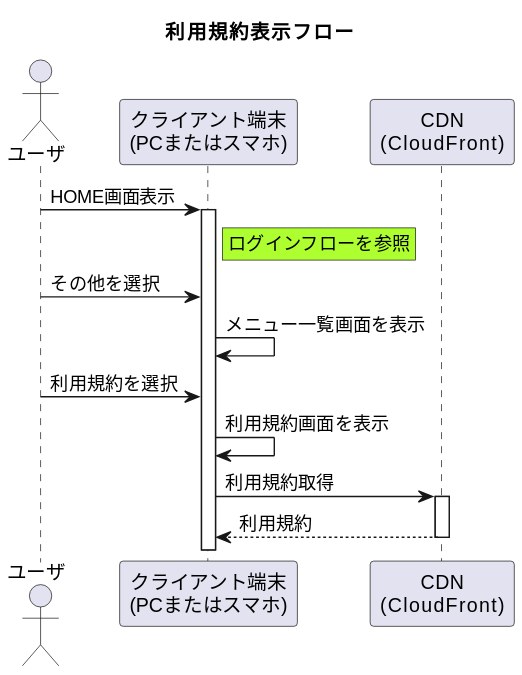
Above: 01_Sequences/99_Others/01_Terms/termsFlow.svg in Sonic-Host/documents (PlantUML), before the change.
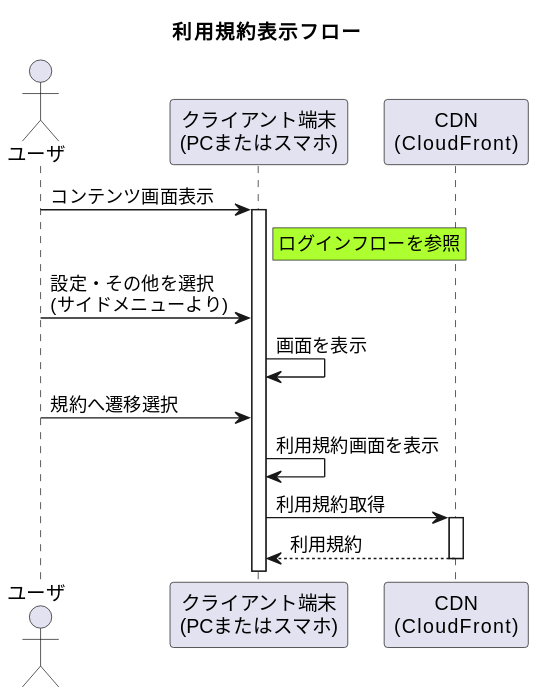
Above is the later version.

What changed in the source:
```diff
@@ -5,13 +5,13 @@
 participant "クライアント端末\n(PCまたはスマホ)" as device
 participant "CDN\n(CloudFront)" as cdn
 
-user -> device ++: HOME画面表示
+user -> device ++: コンテンツ画面表示
 rnote right of device #GreenYellow
     ログインフローを参照
 end note
-user -> device : その他を選択
-device -> device : メニュー一覧画面を表示
-user -> device : 利用規約を選択
+user -> device : 設定・その他を選択\n(サイドメニューより)
+device -> device : 画面を表示
+user -> device : 規約へ遷移選択
 device -> device : 利用規約画面を表示
 device -> cdn ++: 利用規約取得
 device <-- cdn -- : 利用規約
```
